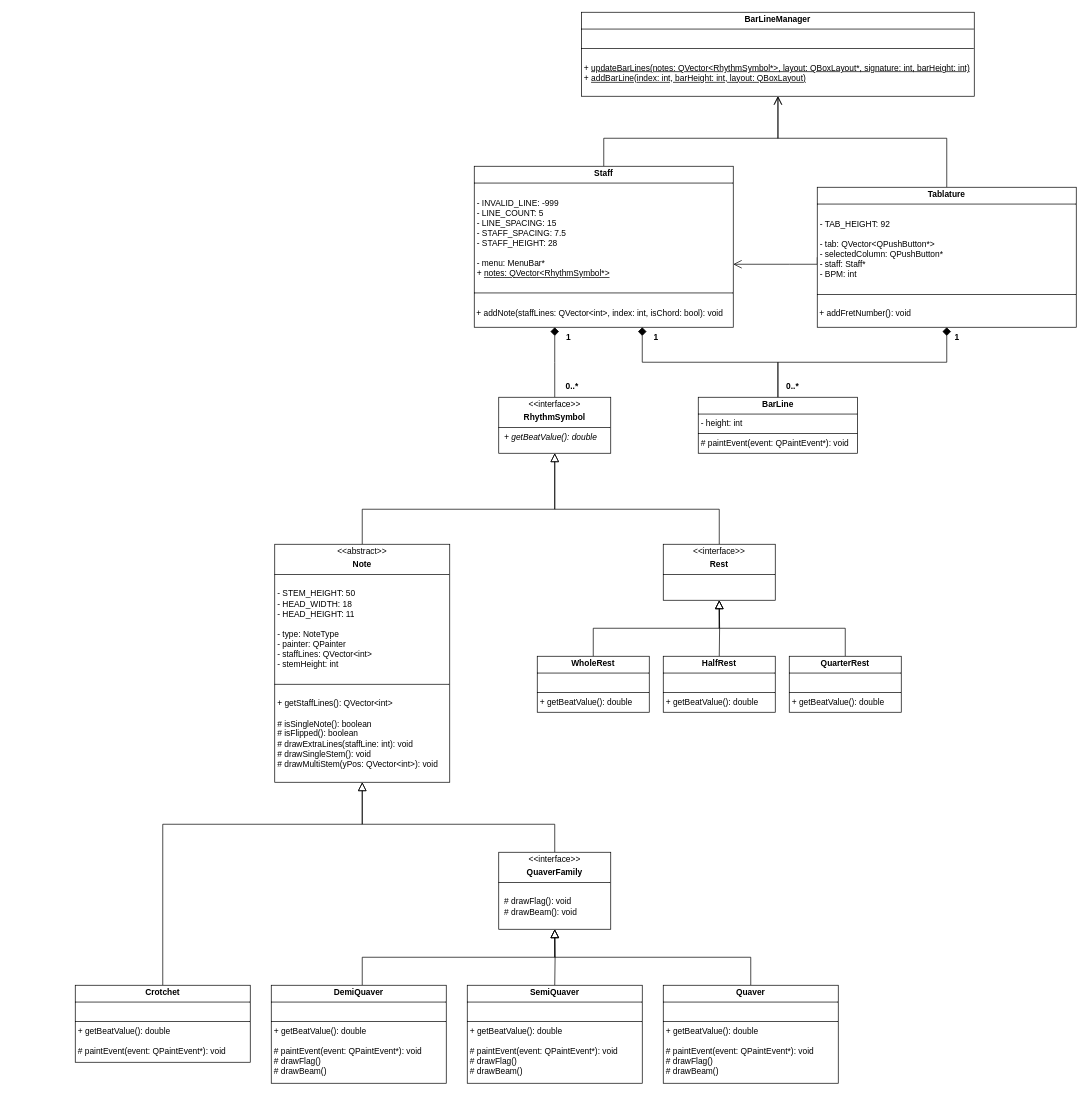
The draw.io diagram UMLDiagram.drawio in EthanL285/TabPro, before the edit. Source tidied: cells renumbered, new cells numbered last; positions are measured from the earlier drawing's top-left corner, leaving out a move shared by most shapes. Both pictures are drawn from the tidied source at 70%, with x=0, y=0 at pixel (75, 12).
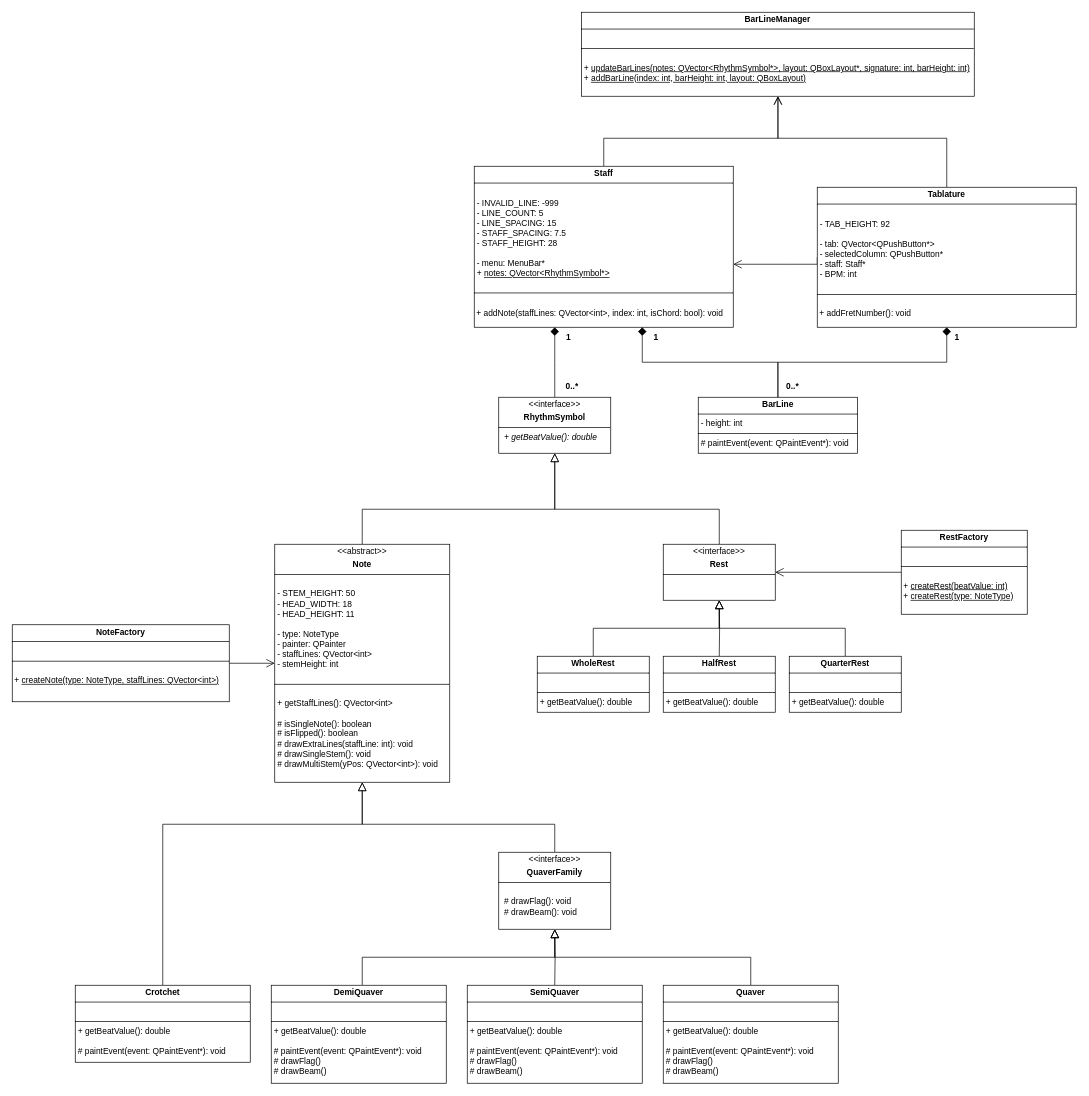
After the change.

Commit message:
Update UMLDiagram - Added NoteFactory and RestFactory

The change refers to these unchanged cells:
```xml
<mxCell id="3" value="&lt;p style=&quot;margin:0px;margin-top:4px;text-align:center;&quot;&gt;&amp;lt;&amp;lt;abstract&amp;gt;&amp;gt;&lt;/p&gt;&lt;p style=&quot;margin:0px;margin-top:4px;text-align:center;&quot;&gt;&lt;b&gt;Note&lt;/b&gt;&lt;/p&gt;&lt;hr size=&quot;1&quot; style=&quot;border-style:solid;&quot;&gt;&lt;p style=&quot;margin:0px;margin-left:4px;&quot;&gt;&lt;br&gt;&lt;/p&gt;&lt;p style=&quot;margin:0px;margin-left:4px;&quot;&gt;&lt;span style=&quot;background-color: initial;&quot;&gt;- STEM_HEIGHT: 50&lt;/span&gt;&lt;/p&gt;&lt;p style=&quot;margin:0px;margin-left:4px;&quot;&gt;- HEAD_WIDTH: 18&lt;/p&gt;&lt;p style=&quot;margin:0px;margin-left:4px;&quot;&gt;- HEAD_HEIGHT: 11&lt;/p&gt;&lt;p style=&quot;margin:0px;margin-left:4px;&quot;&gt;&lt;br&gt;&lt;/p&gt;&lt;p style=&quot;margin:0px;margin-left:4px;&quot;&gt;- type: NoteType&lt;/p&gt;&lt;p style=&quot;margin:0px;margin-left:4px;&quot;&gt;- painter: QPainter&lt;/p&gt;&lt;p style=&quot;margin:0px;margin-left:4px;&quot;&gt;- staffLines: QVector&amp;lt;int&amp;gt;&lt;/p&gt;&lt;p style=&quot;margin:0px;margin-left:4px;&quot;&gt;- stemHeight: int&lt;/p&gt;&lt;p style=&quot;margin:0px;margin-left:4px;&quot;&gt;&lt;br&gt;&lt;/p&gt;&lt;hr size=&quot;1&quot; style=&quot;border-style:solid;&quot;&gt;&lt;br&gt;&lt;p style=&quot;margin:0px;margin-left:4px;&quot;&gt;+ getStaffLines(): QVector&amp;lt;int&amp;gt;&lt;/p&gt;&lt;p style=&quot;margin:0px;margin-left:4px;&quot;&gt;&lt;br&gt;&lt;/p&gt;&lt;p style=&quot;margin:0px;margin-left:4px;&quot;&gt;# isSingleNote(): boolean&lt;/p&gt;&lt;p style=&quot;margin:0px;margin-left:4px;&quot;&gt;# isFlipped(): boolean&lt;/p&gt;&lt;p style=&quot;margin:0px;margin-left:4px;&quot;&gt;# drawExtraLines(staffLine: int): void&lt;/p&gt;&lt;p style=&quot;margin:0px;margin-left:4px;&quot;&gt;# drawSingleStem(): void&lt;/p&gt;&lt;p style=&quot;margin:0px;margin-left:4px;&quot;&gt;# drawMultiStem(yPos: QVector&amp;lt;int&amp;gt;): void&lt;/p&gt;" style="verticalAlign=top;align=left;overflow=fill;html=1;whiteSpace=wrap;" parent="1" vertex="1">
  <mxGeometry x="285" y="760" width="250" height="340" as="geometry" />
</mxCell>
<mxCell id="13" value="&lt;p style=&quot;margin: 4px 0px 0px; text-align: center;&quot;&gt;&amp;lt;&amp;lt;interface&amp;gt;&amp;gt;&lt;/p&gt;&lt;p style=&quot;margin: 4px 0px 0px; text-align: center;&quot;&gt;&lt;b&gt;Rest&lt;/b&gt;&lt;/p&gt;&lt;hr size=&quot;1&quot; style=&quot;border-style:solid;&quot;&gt;&lt;p style=&quot;margin:0px;margin-left:8px;&quot;&gt;&lt;br&gt;&lt;/p&gt;&lt;p style=&quot;margin:0px;margin-left:8px;&quot;&gt;&lt;br&gt;&lt;/p&gt;" style="verticalAlign=top;align=left;overflow=fill;html=1;whiteSpace=wrap;" parent="1" vertex="1">
  <mxGeometry x="840" y="760" width="160" height="80" as="geometry" />
</mxCell>
```

Change to the diagram source:
```diff
@@
+    <mxCell id="38" style="edgeStyle=orthogonalEdgeStyle;rounded=0;jettySize=auto;html=1;entryX=1;entryY=0.5;entryDx=0;entryDy=0;endArrow=open;endFill=0;endSize=10;" parent="1" edge="1" source="39" target="13">
+      <mxGeometry relative="1" as="geometry" />
+    </mxCell>
+    <mxCell id="39" value="&lt;p style=&quot;margin:0px;margin-top:4px;text-align:center;&quot;&gt;&lt;b&gt;RestFactory&lt;/b&gt;&lt;/p&gt;&lt;hr size=&quot;1&quot; style=&quot;border-style:solid;&quot;&gt;&lt;p style=&quot;margin:0px;margin-left:4px;&quot;&gt;&lt;br&gt;&lt;/p&gt;&lt;hr size=&quot;1&quot; style=&quot;border-style:solid;&quot;&gt;&lt;u&gt;&lt;br&gt;&lt;/u&gt;&lt;div&gt;&amp;nbsp;+ &lt;u&gt;createRest(beatValue: int)&lt;/u&gt;&lt;/div&gt;&lt;div&gt;&amp;nbsp;+ &lt;u&gt;createRest(type: NoteType)&lt;/u&gt;&lt;/div&gt;&lt;div&gt;&lt;br&gt;&lt;/div&gt;" style="verticalAlign=top;align=left;overflow=fill;html=1;whiteSpace=wrap;" parent="1" vertex="1">
+      <mxGeometry x="1180" y="740" width="180" height="120" as="geometry" />
+    </mxCell>
+    <mxCell id="40" style="edgeStyle=orthogonalEdgeStyle;rounded=0;jettySize=auto;html=1;entryX=0;entryY=0.5;entryDx=0;entryDy=0;endSize=10;endArrow=open;endFill=0;" parent="1" edge="1" source="41" target="3">
+      <mxGeometry relative="1" as="geometry" />
+    </mxCell>
+    <mxCell id="41" value="&lt;p style=&quot;margin:0px;margin-top:4px;text-align:center;&quot;&gt;&lt;b&gt;NoteFactory&lt;/b&gt;&lt;/p&gt;&lt;hr size=&quot;1&quot; style=&quot;border-style:solid;&quot;&gt;&lt;p style=&quot;margin:0px;margin-left:4px;&quot;&gt;&lt;br&gt;&lt;/p&gt;&lt;hr size=&quot;1&quot; style=&quot;border-style:solid;&quot;&gt;&lt;br&gt;&lt;div&gt;&amp;nbsp;+ &lt;u&gt;createNote(type: NoteType, staffLines: QVector&amp;lt;int&amp;gt;)&lt;/u&gt;&lt;/div&gt;&lt;div&gt;&lt;br&gt;&lt;/div&gt;" style="verticalAlign=top;align=left;overflow=fill;html=1;whiteSpace=wrap;" parent="1" vertex="1">
+      <mxGeometry x="-90" y="875" width="310" height="110" as="geometry" />
+    </mxCell>
```
